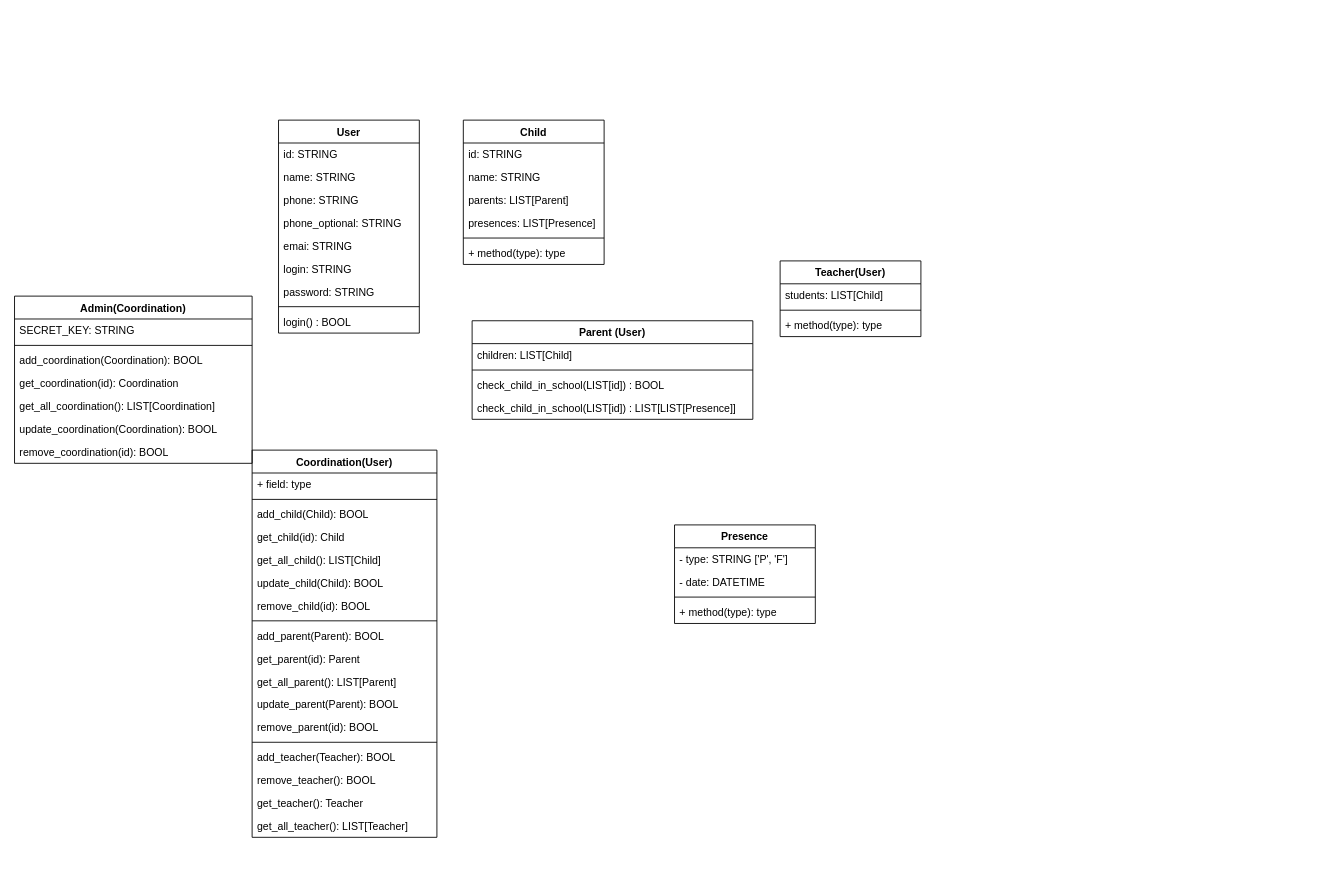
Above: docs/diagrams/class.drawio in mauriciobenjamin700/SMEIF (draw.io), before the change. Source tidied: cells renumbered, new cells numbered last; positions are measured from the earlier drawing's top-left corner, leaving out a move shared by most shapes. Both pictures are drawn from the tidied source at 88%, with x=0, y=0 at pixel (14, 120).
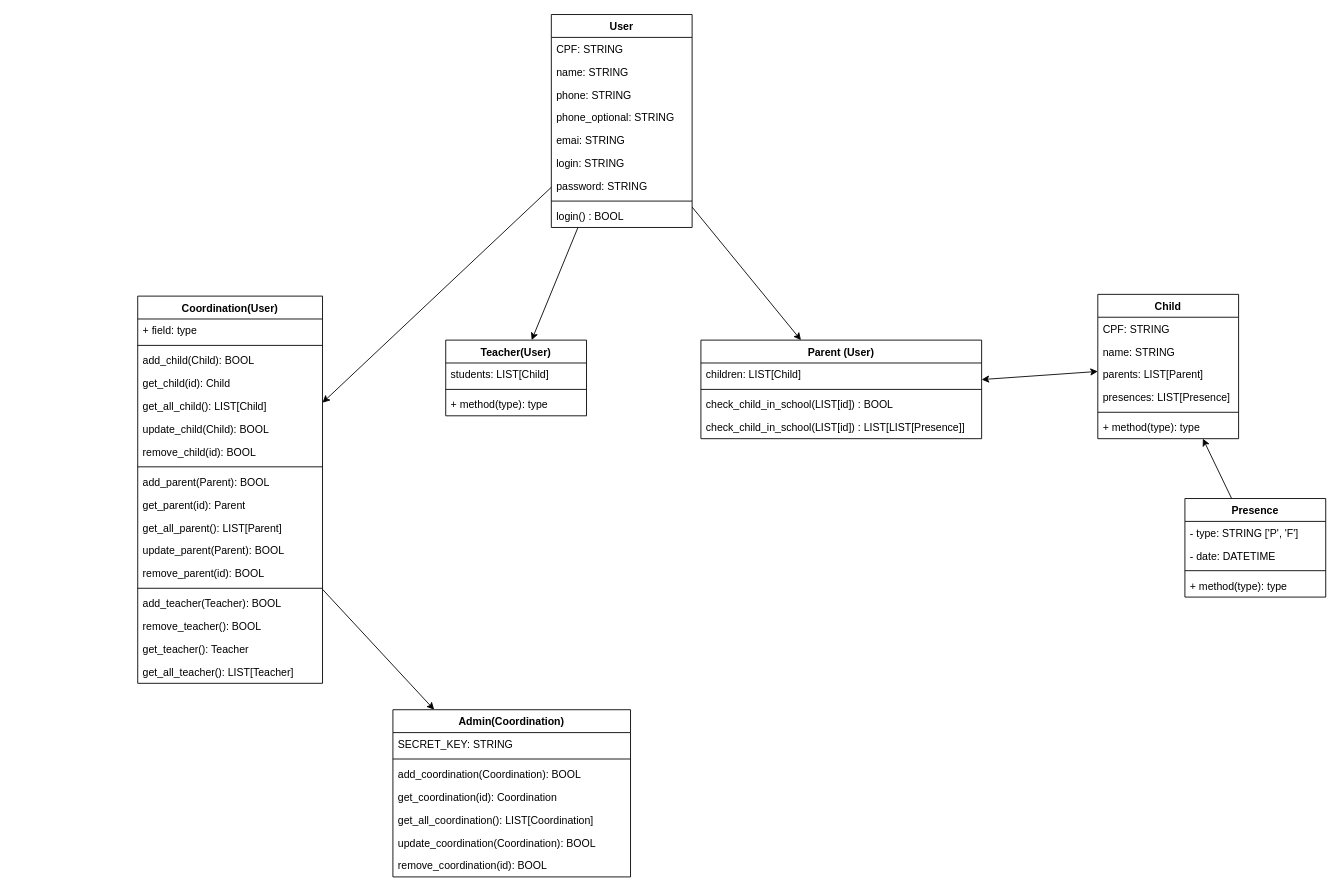
The same page after the edit.

The edit, as a diff of the source:
```diff
@@
+    <mxCell id="60" style="edgeStyle=none;html=1;" parent="1" edge="1" source="2" target="33">
+      <mxGeometry relative="1" as="geometry" />
+    </mxCell>
+    <mxCell id="61" style="edgeStyle=none;html=1;" parent="1" edge="1" source="2" target="24">
+      <mxGeometry relative="1" as="geometry" />
+    </mxCell>
+    <mxCell id="62" style="edgeStyle=none;html=1;" parent="1" edge="1" source="2" target="19">
+      <mxGeometry relative="1" as="geometry" />
+    </mxCell>
     <mxCell id="2" value="User" style="swimlane;fontStyle=1;align=center;verticalAlign=top;horizontal=1;startSize=26;" parent="1" vertex="1">
-      <mxGeometry x="300" width="160" height="242" as="geometry" />
+      <mxGeometry x="610" y="-120" width="160" height="242" as="geometry" />
     </mxCell>
-    <mxCell id="3" value="id: STRING" style="text;strokeColor=none;fillColor=none;align=left;verticalAlign=top;spacingLeft=4;spacingRight=4;overflow=hidden;" parent="2" vertex="1">
+    <mxCell id="3" value="CPF: STRING" style="text;strokeColor=none;fillColor=none;align=left;verticalAlign=top;spacingLeft=4;spacingRight=4;overflow=hidden;" parent="2" vertex="1">
       <mxGeometry y="26" width="160" height="26" as="geometry" />
     </mxCell>
@@
+    <mxCell id="63" style="edgeStyle=none;html=1;startArrow=classic;startFill=1;" parent="1" edge="1" source="12" target="19">
+      <mxGeometry relative="1" as="geometry" />
+    </mxCell>
     <mxCell id="12" value="Child" style="swimlane;fontStyle=1;align=center;verticalAlign=top;horizontal=1;startSize=26;" parent="1" vertex="1">
-      <mxGeometry x="510" width="160" height="164" as="geometry" />
+      <mxGeometry x="1231" y="198" width="160" height="164" as="geometry" />
     </mxCell>
-    <mxCell id="13" value="id: STRING" style="text;strokeColor=none;fillColor=none;align=left;verticalAlign=top;spacingLeft=4;spacingRight=4;overflow=hidden;" parent="12" vertex="1">
+    <mxCell id="13" value="CPF: STRING" style="text;strokeColor=none;fillColor=none;align=left;verticalAlign=top;spacingLeft=4;spacingRight=4;overflow=hidden;" parent="12" vertex="1">
       <mxGeometry y="26" width="160" height="26" as="geometry" />
     </mxCell>
@@
     <mxCell id="19" value="Parent (User)" style="swimlane;fontStyle=1;align=center;verticalAlign=top;horizontal=1;startSize=26;" parent="1" vertex="1">
-      <mxGeometry x="520" y="228" width="319" height="112" as="geometry" />
+      <mxGeometry x="780" y="250" width="319" height="112" as="geometry" />
     </mxCell>
@@
     <mxCell id="24" value="Teacher(User)" style="swimlane;fontStyle=1;align=center;verticalAlign=top;horizontal=1;startSize=26;" parent="1" vertex="1">
-      <mxGeometry x="870" y="160" width="160" height="86" as="geometry" />
+      <mxGeometry x="490" y="250" width="160" height="86" as="geometry" />
     </mxCell>
@@
+    <mxCell id="64" style="edgeStyle=none;html=1;" parent="1" edge="1" source="28" target="12">
+      <mxGeometry relative="1" as="geometry" />
+    </mxCell>
     <mxCell id="28" value="Presence" style="swimlane;fontStyle=1;align=center;verticalAlign=top;horizontal=1;startSize=26;" parent="1" vertex="1">
-      <mxGeometry x="750" y="460" width="160" height="112" as="geometry" />
+      <mxGeometry x="1330" y="430" width="160" height="112" as="geometry" />
     </mxCell>
@@
+    <mxCell id="65" style="edgeStyle=none;html=1;" parent="1" edge="1" source="33" target="52">
+      <mxGeometry relative="1" as="geometry" />
+    </mxCell>
     <mxCell id="33" value="Coordination(User)" style="swimlane;fontStyle=1;align=center;verticalAlign=top;horizontal=1;startSize=26;" parent="1" vertex="1">
-      <mxGeometry x="270" y="375" width="210" height="440" as="geometry" />
+      <mxGeometry x="140" y="200" width="210" height="440" as="geometry" />
     </mxCell>
@@
     <mxCell id="52" value="Admin(Coordination)" style="swimlane;fontStyle=1;align=center;verticalAlign=top;horizontal=1;startSize=26;" parent="1" vertex="1">
-      <mxGeometry y="200" width="270" height="190" as="geometry" />
+      <mxGeometry x="430" y="670" width="270" height="190" as="geometry" />
     </mxCell>
```
